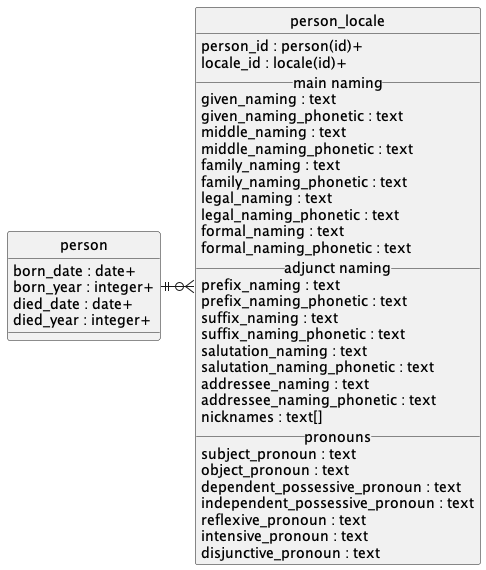
Above: api/person/uml.png in contactopensource/contactopensource (PlantUML), before the change. Its diagram source:
```plantuml
@startuml uml
skinparam monochrome true
skinparam linetype ortho
hide circle

entity person {
    born_date : date+
    born_year : integer+
    died_date : date+
    died_year : integer+
}

entity person_locale {
    person_id : person(id)+
    locale_id : locale(id)+
    __ main naming __
    given_naming : text
    given_naming_phonetic : text
    middle_naming : text
    middle_naming_phonetic : text
    family_naming : text
    family_naming_phonetic : text
    legal_naming : text
    legal_naming_phonetic : text
    formal_naming : text
    formal_naming_phonetic : text
    __ adjunct naming __
    prefix_naming : text
    prefix_naming_phonetic : text
    suffix_naming : text
    suffix_naming_phonetic : text
    salutation_naming : text
    salutation_naming_phonetic : text
    addressee_naming : text
    addressee_naming_phonetic : text
    nicknames : text[]
    __ pronouns __
    subject_pronoun : text
    object_pronoun : text
    dependent_possessive_pronoun : text
    independent_possessive_pronoun : text
    reflexive_pronoun : text
    intensive_pronoun : text
    disjunctive_pronoun : text
}

person ||-r-o{ person_locale

@enduml
```
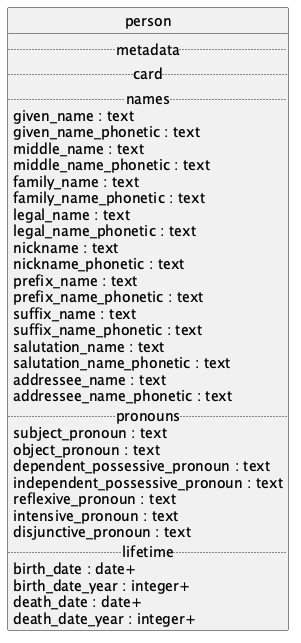
Later version of the same file.

Change to the diagram source:
```diff
@@ -4,46 +4,40 @@
 hide circle
 
 entity person {
-    born_date : date+
-    born_year : integer+
-    died_date : date+
-    died_year : integer+
+  .. metadata ..
+  .. card ..
+  .. names ..
+  given_name : text
+  given_name_phonetic : text
+  middle_name : text
+  middle_name_phonetic : text
+  family_name : text
+  family_name_phonetic : text
+  legal_name : text
+  legal_name_phonetic : text
+  nickname : text
+  nickname_phonetic : text
+  prefix_name : text
+  prefix_name_phonetic : text
+  suffix_name : text
+  suffix_name_phonetic : text
+  salutation_name : text
+  salutation_name_phonetic : text
+  addressee_name : text
+  addressee_name_phonetic : text
+  .. pronouns ..
+  subject_pronoun : text
+  object_pronoun : text
+  dependent_possessive_pronoun : text
+  independent_possessive_pronoun : text
+  reflexive_pronoun : text
+  intensive_pronoun : text
+  disjunctive_pronoun : text
+  .. lifetime ..
+  birth_date : date+
+  birth_date_year : integer+
+  death_date : date+
+  death_date_year : integer+
 }
 
-entity person_locale {
-    person_id : person(id)+
-    locale_id : locale(id)+
-    __ main naming __
-    given_naming : text
-    given_naming_phonetic : text
-    middle_naming : text
-    middle_naming_phonetic : text
-    family_naming : text
-    family_naming_phonetic : text
-    legal_naming : text
-    legal_naming_phonetic : text
-    formal_naming : text
-    formal_naming_phonetic : text
-    __ adjunct naming __
-    prefix_naming : text
-    prefix_naming_phonetic : text
-    suffix_naming : text
-    suffix_naming_phonetic : text
-    salutation_naming : text
-    salutation_naming_phonetic : text
-    addressee_naming : text
-    addressee_naming_phonetic : text
-    nicknames : text[]
-    __ pronouns __
-    subject_pronoun : text
-    object_pronoun : text
-    dependent_possessive_pronoun : text
-    independent_possessive_pronoun : text
-    reflexive_pronoun : text
-    intensive_pronoun : text
-    disjunctive_pronoun : text
-}
-
-person ||-r-o{ person_locale
-
 @enduml
```
